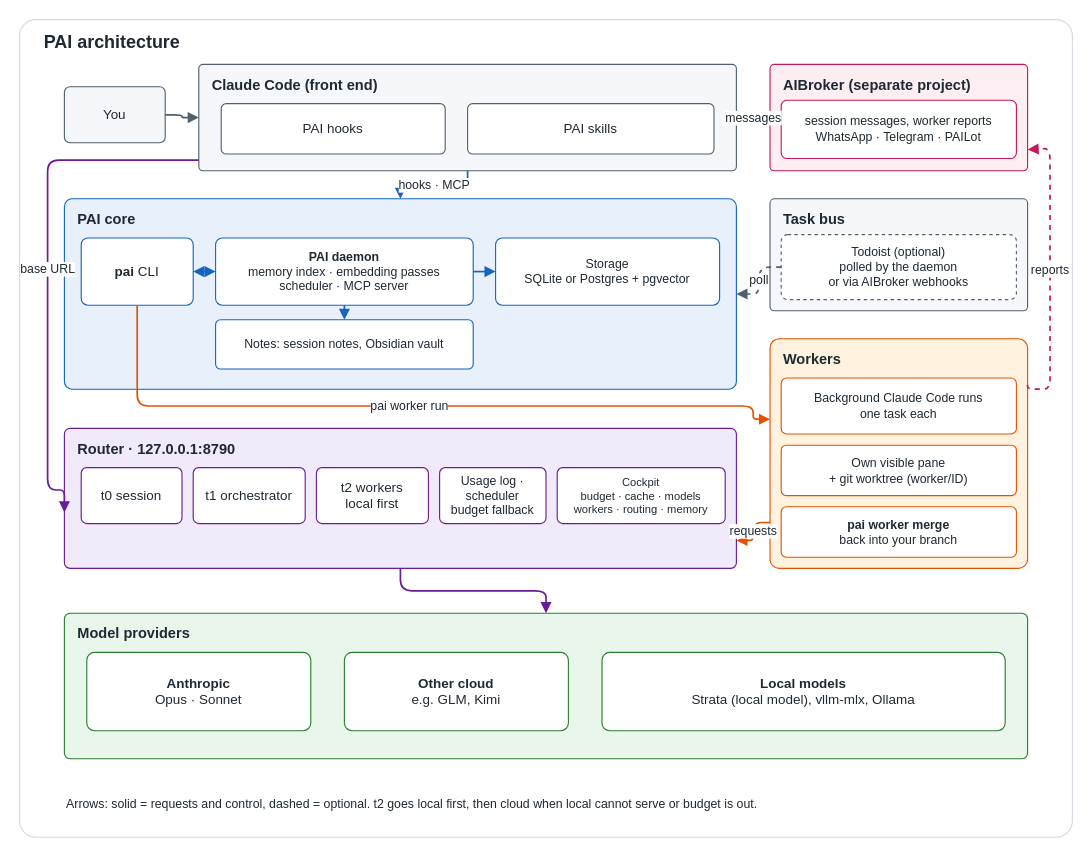
Above: docs/images/architecture.drawio in mnott/PAI (draw.io), before the change. Source tidied: cells renumbered, new cells numbered last; positions are measured from the earlier drawing's top-left corner, leaving out a move shared by most shapes. Both pictures are drawn from the tidied source at 112%, with x=0, y=0 at pixel (19, 19).
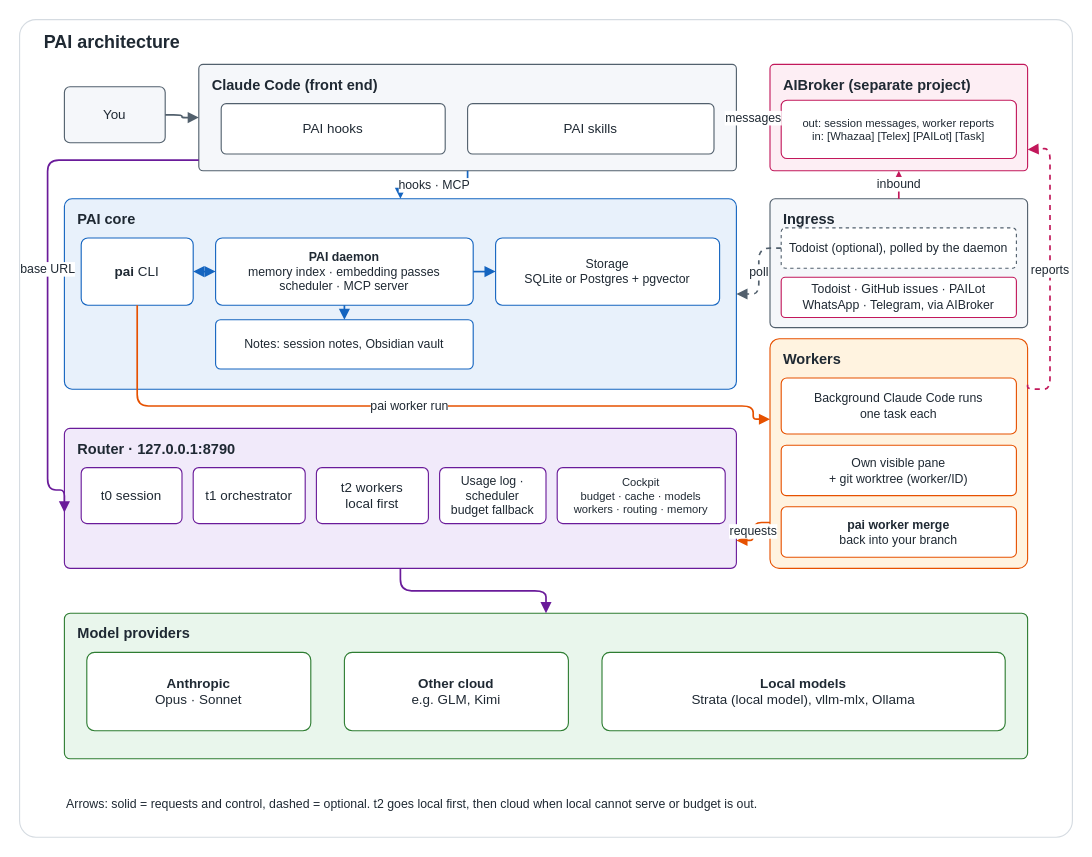
After the change.

Commit message (it also covers changes not shown here):
docs: ingress channels in the architecture diagram and features

The change refers to these unchanged cells:
```xml
<mxCell id="8" value="AIBroker (separate project)" style="rounded=1;arcSize=10;whiteSpace=wrap;html=1;fillColor=#fdeef4;strokeColor=#c2185b;fontColor=#1f2933;fontSize=13;fontStyle=1;verticalAlign=top;align=left;spacingLeft=10;spacingTop=4;arcSize=4;" parent="1" vertex="1">
  <mxGeometry x="670" y="40" width="230" height="95" as="geometry" />
</mxCell>
```

Change to the diagram source:
```diff
@@
-    <mxCell id="9" value="session messages, worker reports&lt;br&gt;WhatsApp · Telegram · PAILot" style="rounded=1;arcSize=10;whiteSpace=wrap;html=1;fillColor=#ffffff;strokeColor=#c2185b;fontColor=#1f2933;fontSize=11;fontStyle=0;" parent="1" vertex="1">
+    <mxCell id="9" value="out: session messages, worker reports&lt;br&gt;in: [Whazaa] [Telex] [PAILot] [Task]" style="rounded=1;arcSize=10;whiteSpace=wrap;html=1;fillColor=#ffffff;strokeColor=#c2185b;fontColor=#1f2933;fontSize=10;fontStyle=0;" parent="1" vertex="1">
       <mxGeometry x="680" y="72" width="210" height="52" as="geometry" />
     </mxCell>
@@
-    <mxCell id="15" value="Task bus" style="rounded=1;arcSize=10;whiteSpace=wrap;html=1;fillColor=#f5f7fa;strokeColor=#52606d;fontColor=#1f2933;fontSize=13;fontStyle=1;verticalAlign=top;align=left;spacingLeft=10;spacingTop=4;arcSize=4;" parent="1" vertex="1">
-      <mxGeometry x="670" y="160" width="230" height="100" as="geometry" />
+    <mxCell id="15" value="Ingress" style="rounded=1;arcSize=10;whiteSpace=wrap;html=1;fillColor=#f5f7fa;strokeColor=#52606d;fontColor=#1f2933;fontSize=13;fontStyle=1;verticalAlign=top;align=left;spacingLeft=10;spacingTop=4;arcSize=4;" parent="1" vertex="1">
+      <mxGeometry x="670" y="160" width="230" height="115" as="geometry" />
     </mxCell>
-    <mxCell id="16" value="Todoist (optional)&lt;br&gt;polled by the daemon&lt;br&gt;or via AIBroker webhooks" style="rounded=1;arcSize=10;whiteSpace=wrap;html=1;fillColor=#ffffff;strokeColor=#52606d;fontColor=#1f2933;fontSize=11;fontStyle=0;dashed=1;" parent="1" vertex="1">
-      <mxGeometry x="680" y="192" width="210" height="58" as="geometry" />
+    <mxCell id="16" value="Todoist (optional), polled by the daemon" style="rounded=1;arcSize=10;whiteSpace=wrap;html=1;fillColor=#ffffff;strokeColor=#52606d;fontColor=#1f2933;fontSize=11;fontStyle=0;dashed=1;" parent="1" vertex="1">
+      <mxGeometry x="680" y="186" width="210" height="36" as="geometry" />
     </mxCell>
+    <mxCell id="44" value="Todoist · GitHub issues · PAILot&lt;br&gt;WhatsApp · Telegram, via AIBroker" style="rounded=1;arcSize=10;whiteSpace=wrap;html=1;fillColor=#ffffff;strokeColor=#c2185b;fontColor=#1f2933;fontSize=11;fontStyle=0;" parent="1" vertex="1">
+      <mxGeometry x="680" y="230" width="210" height="36" as="geometry" />
+    </mxCell>
@@
+    <mxCell id="45" value="inbound" style="edgeStyle=orthogonalEdgeStyle;rounded=1;html=1;strokeColor=#c2185b;strokeWidth=1.5;fontSize=11;fontColor=#1f2933;labelBackgroundColor=#ffffff;startArrow=none;endArrow=block;endFill=1;startFill=1;exitX=0.5;exitY=0;entryX=0.5;entryY=1;" parent="1" edge="1" source="15" target="8">
+      <mxGeometry relative="1" as="geometry" />
+    </mxCell>
```
